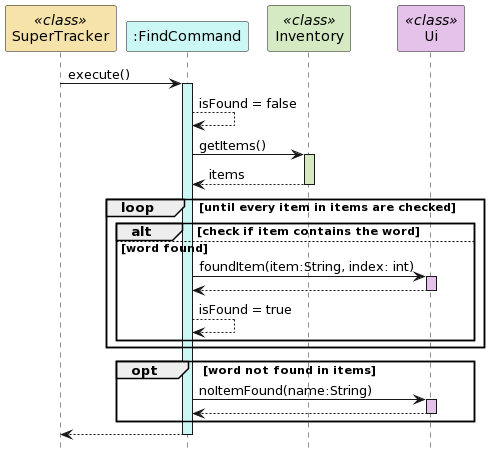
Above: docs/uml-diagrams/FindCommandSequence.png in nus-cs2113-AY2324S2/tp (PlantUML), before the change.
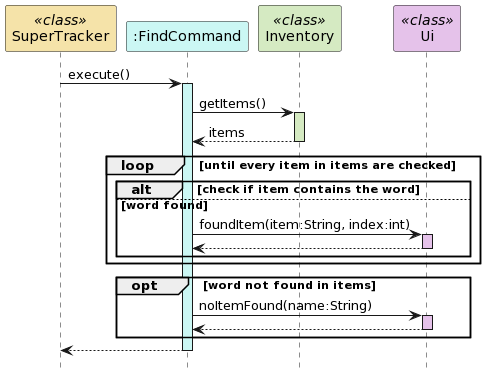
After the commit.

Diff of the diagram source:
```diff
@@ -8,9 +8,6 @@
 SuperTracker -> FindCommand : execute()
 activate FindCommand #cbf7f4
 
-FindCommand --> FindCommand : isFound = false
-
-
 FindCommand -> Inventory : getItems()
 activate Inventory #d5eac2
 Inventory --> FindCommand : items
@@ -19,11 +16,10 @@
 loop until every item in items are checked
     alt check if item contains the word
     else word found
-    FindCommand -> Ui : foundItem(item:String, index: int)
+    FindCommand -> Ui : foundItem(item:String, index:int)
     activate Ui #e5c2ea
     Ui --> FindCommand
     deactivate Ui
-    FindCommand --> FindCommand : isFound = true
     end
 end
 
```
